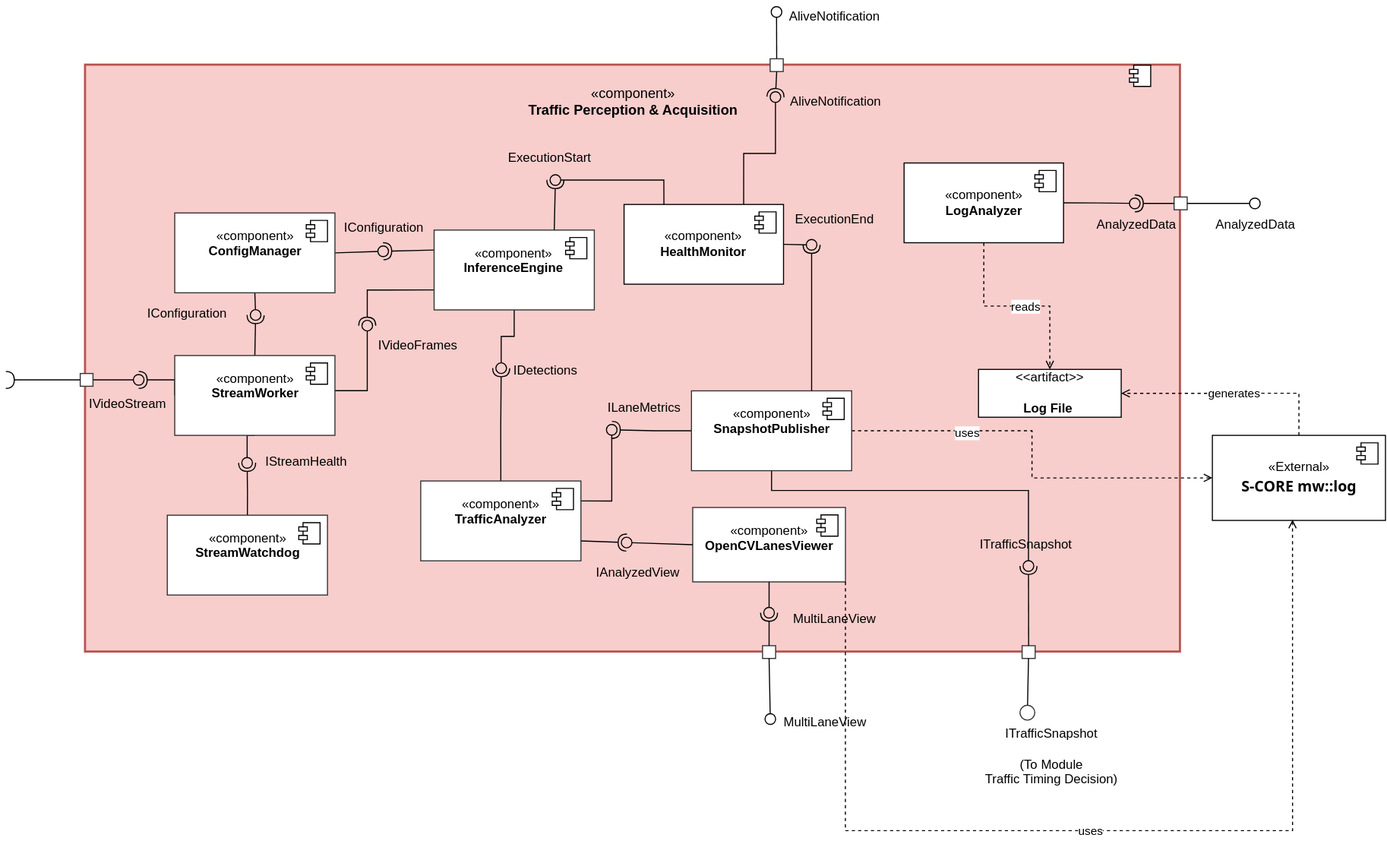
Above: docs/04_design/Component Diagrams/Traffic Perception & Acquisition (Component)-Page-2.drawio.svg in PhamTranDucHanh/adaptive_traffic_light (draw.io), before the change. Source tidied: cells renumbered, new cells last; positions are measured from the earlier drawing's top-left corner, leaving out a move shared by most shapes.
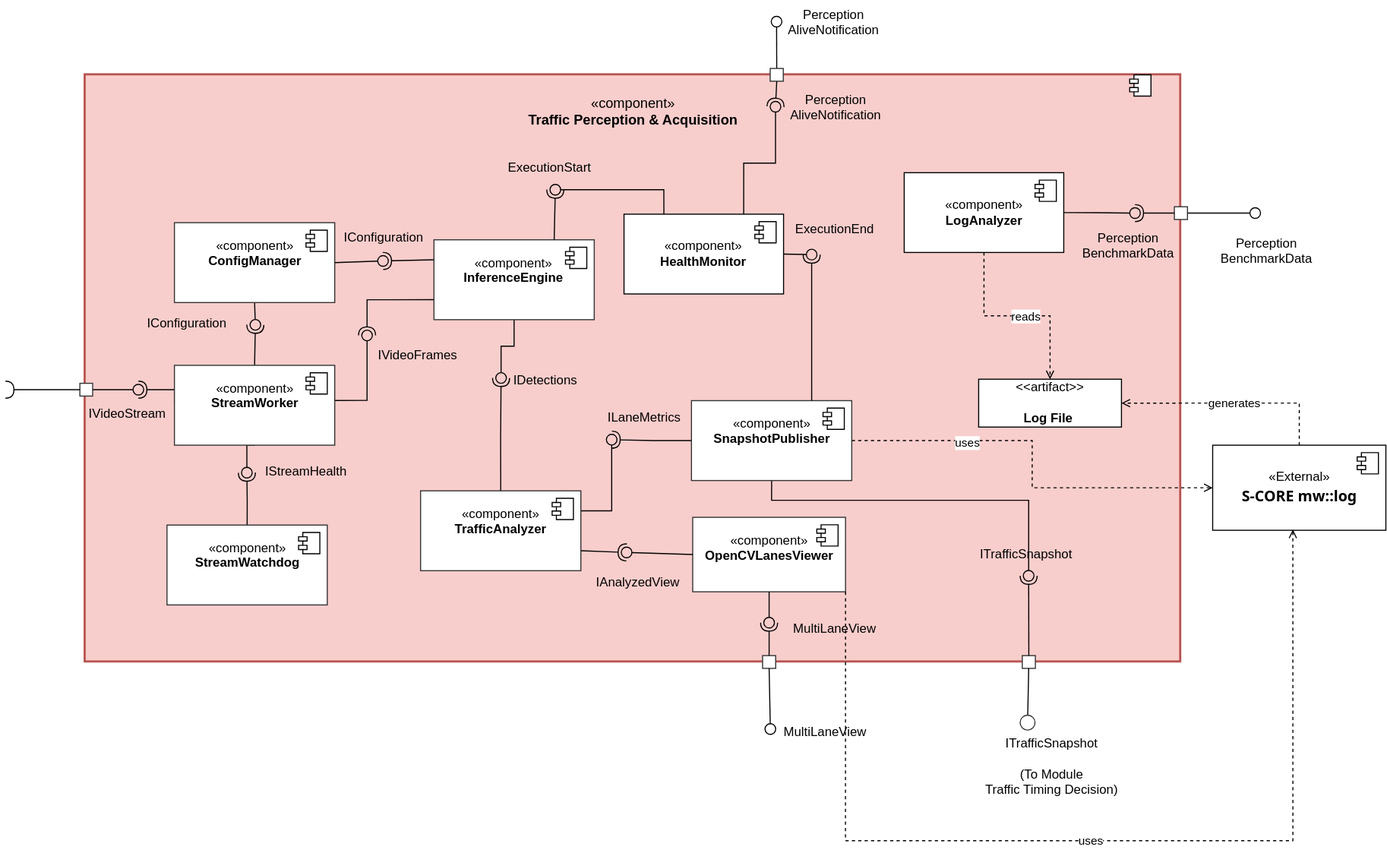
The same diagram one commit later.

Diff of the diagram source:
```diff
@@ -287,8 +287,8 @@
     <mxCell id="84" style="ellipse;whiteSpace=wrap;html=1;align=center;fillColor=none;strokeColor=none;perimeter=centerPerimeter;points=[];outlineConnect=1;" parent="1" vertex="1">
       <mxGeometry x="724" y="85" width="10" height="10" as="geometry" />
     </mxCell>
-    <mxCell id="85" value="AliveNotification" style="text;html=1;fontSize=12;align=center;fontStyle=0;" parent="1" vertex="1">
-      <mxGeometry x="755" y="80" width="60" height="15" as="geometry" />
+    <mxCell id="85" value="Perception&lt;div&gt;AliveNotification&lt;/div&gt;" style="text;html=1;fontSize=12;align=center;fontStyle=0;" parent="1" vertex="1">
+      <mxGeometry x="755.2" y="70" width="60" height="15" as="geometry" />
     </mxCell>
     <mxCell id="86" style="rounded=0;jettySize=auto;html=1;endArrow=halfCircle;endFill=0;endSize=6;strokeWidth=1;sketch=0;exitX=0.75;exitY=0;exitDx=0;exitDy=0;" parent="1" edge="1" source="67" target="88">
       <mxGeometry relative="1" as="geometry" />
@@ -356,11 +356,8 @@
     <mxCell id="105" style="ellipse;whiteSpace=wrap;html=1;align=center;fillColor=none;strokeColor=none;perimeter=centerPerimeter;points=[];outlineConnect=1;" parent="1" vertex="1">
       <mxGeometry x="1175" y="185" width="10" height="10" as="geometry" />
     </mxCell>
-    <mxCell id="106" value="AnalyzedData" style="text;html=1;fontSize=12;align=center;fontStyle=0;" parent="1" vertex="1">
-      <mxGeometry x="1150" y="196" width="60" height="15" as="geometry" />
-    </mxCell>
-    <mxCell id="107" value="AnalyzedData" style="text;html=1;fontSize=12;align=center;fontStyle=0;" parent="1" vertex="1">
-      <mxGeometry x="1038" y="196" width="60" height="15" as="geometry" />
+    <mxCell id="107" value="Perception&lt;div&gt;BenchmarkData&lt;/div&gt;" style="text;html=1;fontSize=12;align=center;fontStyle=0;" parent="1" vertex="1">
+      <mxGeometry x="1030" y="200.1" width="60" height="15" as="geometry" />
     </mxCell>
     <mxCell id="108" style="edgeStyle=orthogonalEdgeStyle;rounded=0;jettySize=auto;html=1;exitX=0.5;exitY=0;exitDx=0;exitDy=0;entryX=1;entryY=0.5;entryDx=0;entryDy=0;endArrow=open;endFill=0;dashed=1;" parent="1" edge="1" source="110" target="112">
       <mxGeometry relative="1" as="geometry" />
@@ -390,8 +387,11 @@
     <mxCell id="114" value="uses" style="edgeLabel;html=1;align=center;verticalAlign=middle;" parent="113" vertex="1">
       <mxGeometry x="-0.02" relative="1" as="geometry" />
     </mxCell>
-    <mxCell id="115" value="AliveNotification" style="text;html=1;fontSize=12;align=center;fontStyle=0;" parent="1" vertex="1">
-      <mxGeometry x="754.4" width="60" height="15" as="geometry" />
+    <mxCell id="115" value="Perception&lt;div&gt;AliveNotification&lt;/div&gt;" style="text;html=1;fontSize=12;align=center;fontStyle=0;" parent="1" vertex="1">
+      <mxGeometry x="753.4" y="-10" width="60" height="15" as="geometry" />
     </mxCell>
+    <mxCell id="116" value="Perception&lt;div&gt;BenchmarkData&lt;/div&gt;" style="text;html=1;fontSize=12;align=center;fontStyle=0;" parent="1" vertex="1">
+      <mxGeometry x="1160" y="205" width="60" height="15" as="geometry" />
+    </mxCell>
   </root>
 </mxGraphModel>
```
